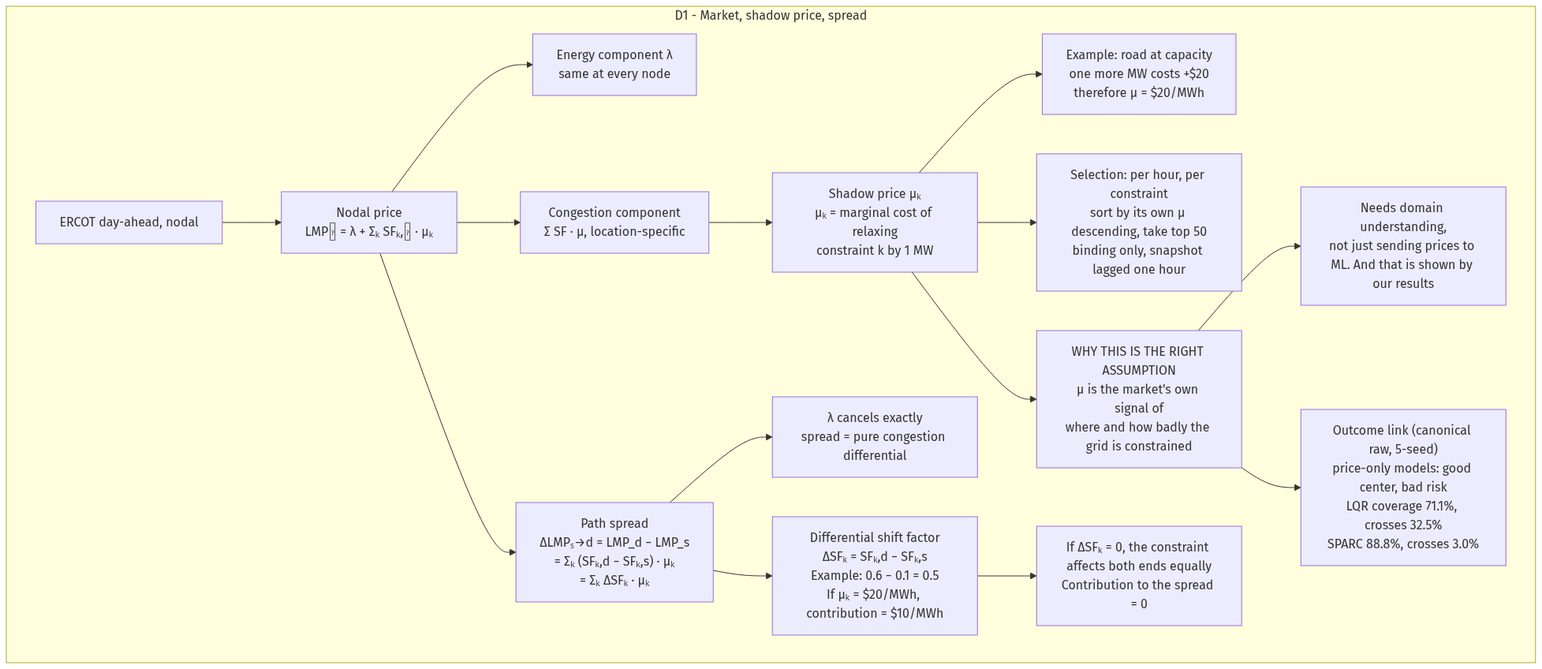
L1ZLe/ercot-casp-paper keeps this Mermaid diagram as docs/explanation/06-sparc-flow-02-G_D1.png. Above is the earlier version. Its source is kept beside it as docs/explanation/06-sparc-flow-02-G_D1.mmd. The source it was exported from:
```mermaid
flowchart TD
subgraph G_D1["D1 - Market, shadow price, spread"]
    M["ERCOT day-ahead, nodal"] --> P1["Nodal price<br/>LMPᵢ = λ + Σₖ SFₖ,ᵢ · μₖ"]
    P1 --> P2["Energy component λ<br/>same at every node"]
    P1 --> P3["Congestion component<br/>Σ SF · μ, location-specific"]
    P3 --> SP["Shadow price μₖ<br/>μₖ = marginal cost of relaxing<br/>constraint k by 1 MW"]
    SP --> EX_D1["Example: road at capacity<br/>one more MW costs +$20<br/>therefore μ = $20/MWh"]
    SP --> TOPK["Selection: per hour, per constraint<br/>sort by its own μ descending, take top 50<br/>binding only, snapshot lagged one hour"]
    P1 --> SPREAD["Path spread<br/>ΔLMPₛ→d = LMP_d − LMP_s<br/>= Σₖ (SFₖ,d − SFₖ,s) · μₖ<br/>= Σₖ ΔSFₖ · μₖ"]
    SPREAD --> C1["λ cancels exactly<br/>spread = pure congestion differential"]
    SPREAD --> DSF_D1["Differential shift factor<br/>ΔSFₖ = SFₖ,d − SFₖ,s<br/>Example: 0.6 − 0.1 = 0.5<br/>If μₖ = $20/MWh, contribution = $10/MWh"]
    DSF_D1 --> Z["If ΔSFₖ = 0, the constraint affects both ends equally<br/>Contribution to the spread = 0"]
    SP --> ARG["WHY THIS IS THE RIGHT ASSUMPTION<br/>μ is the market's own signal of<br/>where and how badly the grid is constrained"]
    ARG --> DOM["Needs domain understanding,<br/>not just sending prices to ML. And that is shown by our results"]
    ARG --> LINK["Outcome link (canonical raw, 5-seed)<br/>price-only models: good center, bad risk<br/>LQR coverage 71.1%, crosses 32.5%<br/>SPARC 88.8%, crosses 3.0%"]
  end
```
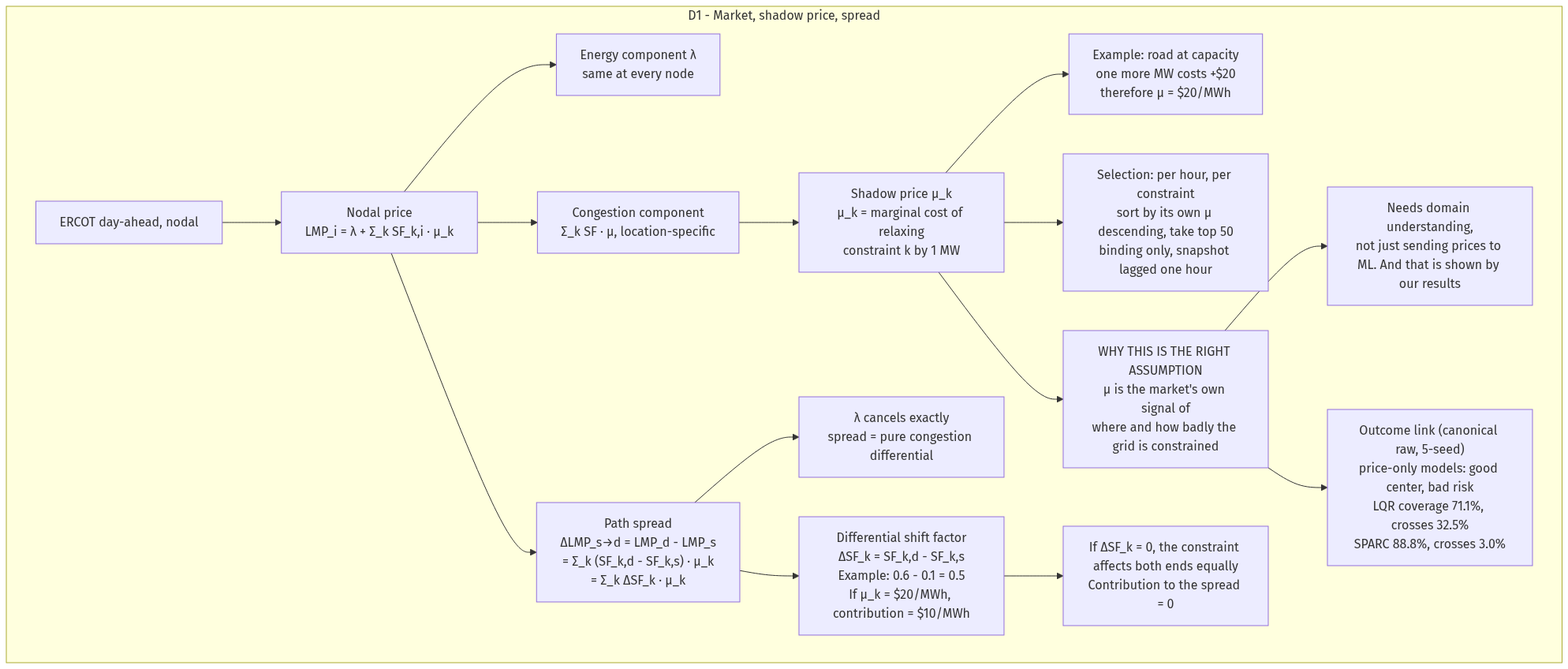
After the change.

Change to the diagram source:
```diff
@@ -1,15 +1,15 @@
 flowchart TD
 subgraph G_D1["D1 - Market, shadow price, spread"]
-    M["ERCOT day-ahead, nodal"] --> P1["Nodal price<br/>LMPᵢ = λ + Σₖ SFₖ,ᵢ · μₖ"]
+    M["ERCOT day-ahead, nodal"] --> P1["Nodal price<br/>LMP_i = λ + Σ_k SF_k,i · μ_k"]
     P1 --> P2["Energy component λ<br/>same at every node"]
-    P1 --> P3["Congestion component<br/>Σ SF · μ, location-specific"]
-    P3 --> SP["Shadow price μₖ<br/>μₖ = marginal cost of relaxing<br/>constraint k by 1 MW"]
+    P1 --> P3["Congestion component<br/>Σ_k SF · μ, location-specific"]
+    P3 --> SP["Shadow price μ_k<br/>μ_k = marginal cost of relaxing<br/>constraint k by 1 MW"]
     SP --> EX_D1["Example: road at capacity<br/>one more MW costs +$20<br/>therefore μ = $20/MWh"]
     SP --> TOPK["Selection: per hour, per constraint<br/>sort by its own μ descending, take top 50<br/>binding only, snapshot lagged one hour"]
-    P1 --> SPREAD["Path spread<br/>ΔLMPₛ→d = LMP_d − LMP_s<br/>= Σₖ (SFₖ,d − SFₖ,s) · μₖ<br/>= Σₖ ΔSFₖ · μₖ"]
+    P1 --> SPREAD["Path spread<br/>ΔLMP_s→d = LMP_d - LMP_s<br/>= Σ_k (SF_k,d - SF_k,s) · μ_k<br/>= Σ_k ΔSF_k · μ_k"]
     SPREAD --> C1["λ cancels exactly<br/>spread = pure congestion differential"]
-    SPREAD --> DSF_D1["Differential shift factor<br/>ΔSFₖ = SFₖ,d − SFₖ,s<br/>Example: 0.6 − 0.1 = 0.5<br/>If μₖ = $20/MWh, contribution = $10/MWh"]
-    DSF_D1 --> Z["If ΔSFₖ = 0, the constraint affects both ends equally<br/>Contribution to the spread = 0"]
+    SPREAD --> DSF_D1["Differential shift factor<br/>ΔSF_k = SF_k,d - SF_k,s<br/>Example: 0.6 - 0.1 = 0.5<br/>If μ_k = $20/MWh, contribution = $10/MWh"]
+    DSF_D1 --> Z["If ΔSF_k = 0, the constraint affects both ends equally<br/>Contribution to the spread = 0"]
     SP --> ARG["WHY THIS IS THE RIGHT ASSUMPTION<br/>μ is the market's own signal of<br/>where and how badly the grid is constrained"]
     ARG --> DOM["Needs domain understanding,<br/>not just sending prices to ML. And that is shown by our results"]
     ARG --> LINK["Outcome link (canonical raw, 5-seed)<br/>price-only models: good center, bad risk<br/>LQR coverage 71.1%, crosses 32.5%<br/>SPARC 88.8%, crosses 3.0%"]
```
